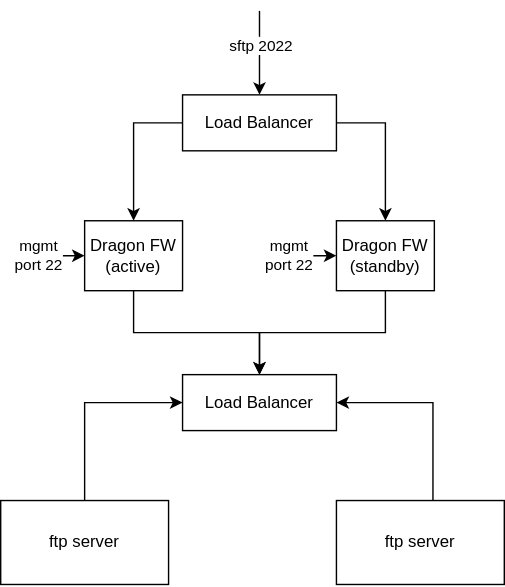
The draw.io diagram ftpport22.svg in vjavle/invoicecloud, before a commit. Source tidied: cells renumbered, new cells last; positions are measured from the earlier drawing's top-left corner, leaving out a move shared by most shapes.
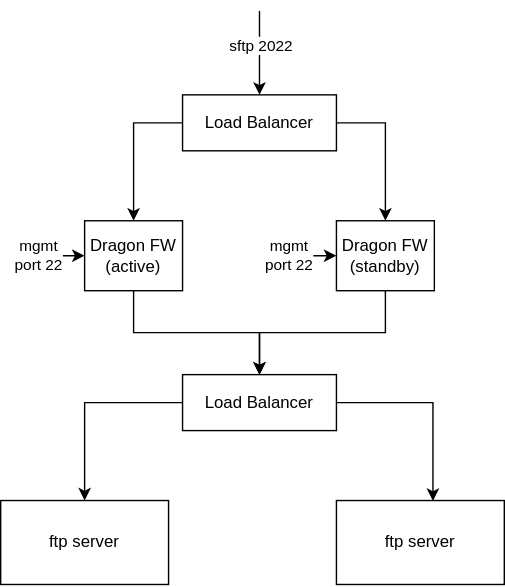
Above is the later version.

Change to the diagram source:
```diff
@@ -22,10 +22,10 @@
     <mxCell id="7" value="ftp server" style="rounded=0;whiteSpace=wrap;html=1;" parent="1" vertex="1">
       <mxGeometry x="240" y="350" width="120" height="60" as="geometry" />
     </mxCell>
-    <mxCell id="8" style="edgeStyle=orthogonalEdgeStyle;rounded=0;jettySize=auto;html=1;entryX=0.575;entryY=0.006;entryDx=0;entryDy=0;entryPerimeter=0;startArrow=classic;startFill=1;endArrow=none;endFill=0;exitX=1;exitY=0.5;exitDx=0;exitDy=0;" parent="1" edge="1" source="10" target="7">
+    <mxCell id="8" style="edgeStyle=orthogonalEdgeStyle;rounded=0;jettySize=auto;html=1;entryX=0.575;entryY=0.006;entryDx=0;entryDy=0;entryPerimeter=0;startArrow=none;startFill=0;endArrow=classic;endFill=1;exitX=1;exitY=0.5;exitDx=0;exitDy=0;" parent="1" edge="1" source="10" target="7">
       <mxGeometry relative="1" as="geometry" />
     </mxCell>
-    <mxCell id="9" style="edgeStyle=orthogonalEdgeStyle;rounded=0;jettySize=auto;html=1;startArrow=classic;startFill=1;endArrow=none;endFill=0;" parent="1" edge="1" source="10" target="6">
+    <mxCell id="9" style="edgeStyle=orthogonalEdgeStyle;rounded=0;jettySize=auto;html=1;startArrow=none;startFill=0;endArrow=classic;endFill=1;" parent="1" edge="1" source="10" target="6">
       <mxGeometry relative="1" as="geometry" />
     </mxCell>
     <mxCell id="10" value="Load Balancer" style="rounded=0;whiteSpace=wrap;html=1;" parent="1" vertex="1">
```
